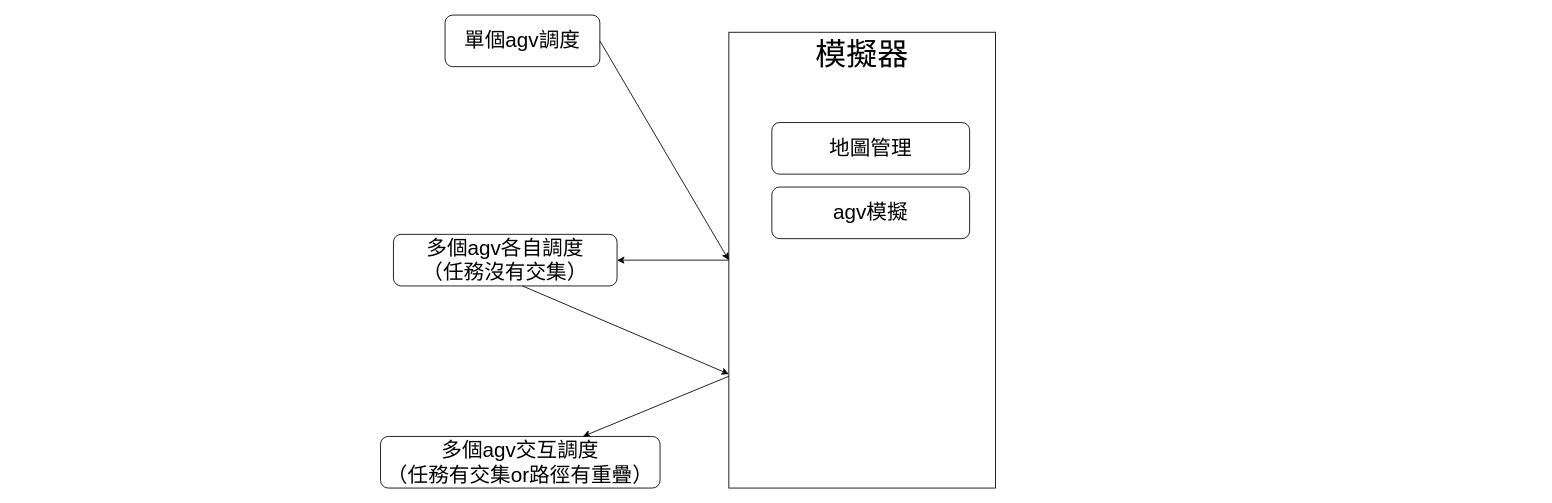
pengzhen80/code_library keeps this draw.io diagram as 調度系統設計.drawio. Above is the earlier version. Source tidied: cells renumbered, new cells numbered last; positions are measured from the earlier drawing's top-left corner, leaving out a move shared by most shapes. Both pictures are drawn from the tidied source at 86%, with x=0, y=0 at pixel (380, 15).
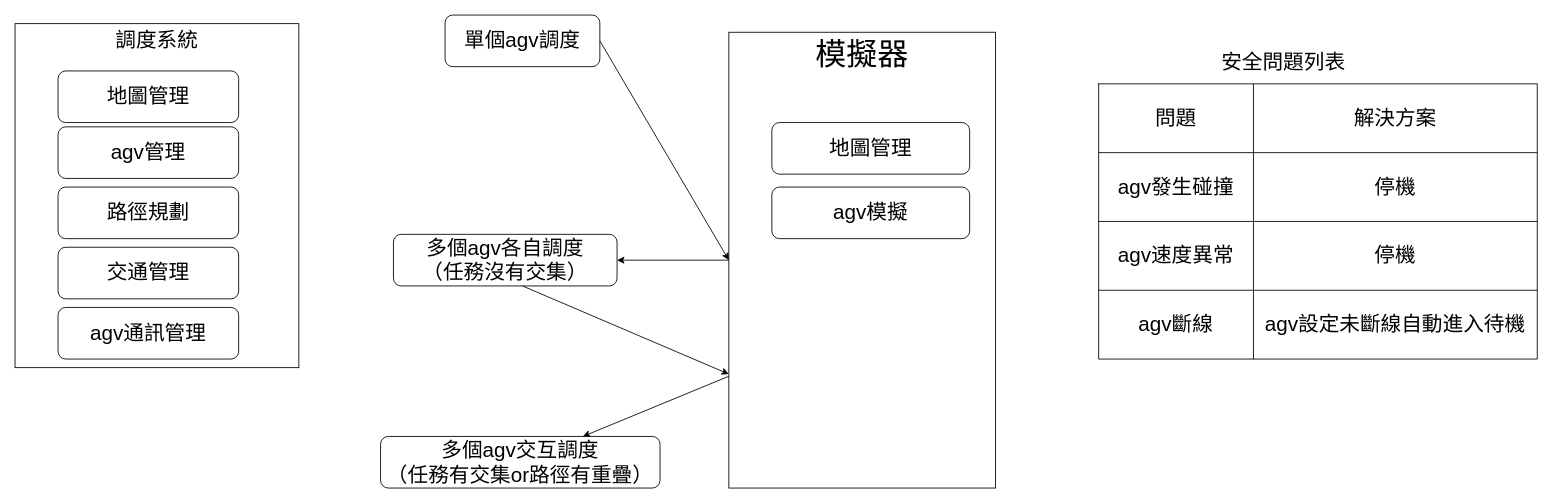
The same page after the edit.

Commit message (it also covers changes not shown here):
更新調度系統設計.drawio

Diff of the diagram source:
```diff
@@
+    <mxCell id="13" value="安全問題列表" style="text;html=1;strokeColor=none;fillColor=none;align=center;verticalAlign=middle;whiteSpace=wrap;rounded=0;fontSize=24;" parent="1" vertex="1">
+      <mxGeometry x="965" y="30" width="170" height="50" as="geometry" />
+    </mxCell>
+    <mxCell id="14" style="shape=table;startSize=0;childLayout=tableLayout;fontSize=24;" parent="1" vertex="1">
+      <mxGeometry x="835" y="80" width="510" height="320" as="geometry" />
+    </mxCell>
+    <mxCell id="15" style="shape=tableRow;horizontal=0;startSize=0;swimlaneHead=0;swimlaneBody=0;strokeColor=inherit;top=0;left=0;bottom=0;right=0;fillColor=none;fontSize=24;" parent="14" vertex="1">
+      <mxGeometry width="510" height="80" as="geometry" />
+    </mxCell>
+    <mxCell id="16" value="問題" style="shape=partialRectangle;html=1;whiteSpace=wrap;strokeColor=inherit;overflow=hidden;fillColor=none;top=0;left=0;bottom=0;right=0;fontSize=24;" parent="15" vertex="1">
+      <mxGeometry width="180" height="80" as="geometry" />
+    </mxCell>
+    <mxCell id="17" value="解決方案" style="shape=partialRectangle;html=1;whiteSpace=wrap;strokeColor=inherit;overflow=hidden;fillColor=none;top=0;left=0;bottom=0;right=0;fontSize=24;" parent="15" vertex="1">
+      <mxGeometry x="180" width="330" height="80" as="geometry" />
+    </mxCell>
+    <mxCell id="18" style="shape=tableRow;horizontal=0;startSize=0;swimlaneHead=0;swimlaneBody=0;strokeColor=inherit;top=0;left=0;bottom=0;right=0;fillColor=none;fontSize=24;" parent="14" vertex="1">
+      <mxGeometry y="80" width="510" height="80" as="geometry" />
+    </mxCell>
+    <mxCell id="19" value="agv發生碰撞" style="shape=partialRectangle;html=1;whiteSpace=wrap;strokeColor=inherit;overflow=hidden;fillColor=none;top=0;left=0;bottom=0;right=0;fontSize=24;" parent="18" vertex="1">
+      <mxGeometry width="180" height="80" as="geometry" />
+    </mxCell>
+    <mxCell id="20" value="停機" style="shape=partialRectangle;html=1;whiteSpace=wrap;strokeColor=inherit;overflow=hidden;fillColor=none;top=0;left=0;bottom=0;right=0;fontSize=24;" parent="18" vertex="1">
+      <mxGeometry x="180" width="330" height="80" as="geometry" />
+    </mxCell>
+    <mxCell id="21" style="shape=tableRow;horizontal=0;startSize=0;swimlaneHead=0;swimlaneBody=0;strokeColor=inherit;top=0;left=0;bottom=0;right=0;fillColor=none;fontSize=24;" parent="14" vertex="1">
+      <mxGeometry y="160" width="510" height="80" as="geometry" />
+    </mxCell>
+    <mxCell id="22" value="agv速度異常" style="shape=partialRectangle;html=1;whiteSpace=wrap;strokeColor=inherit;overflow=hidden;fillColor=none;top=0;left=0;bottom=0;right=0;fontSize=24;" parent="21" vertex="1">
+      <mxGeometry width="180" height="80" as="geometry" />
+    </mxCell>
+    <mxCell id="23" value="停機" style="shape=partialRectangle;html=1;whiteSpace=wrap;strokeColor=inherit;overflow=hidden;fillColor=none;top=0;left=0;bottom=0;right=0;fontSize=24;" parent="21" vertex="1">
+      <mxGeometry x="180" width="330" height="80" as="geometry" />
+    </mxCell>
+    <mxCell id="24" style="shape=tableRow;horizontal=0;startSize=0;swimlaneHead=0;swimlaneBody=0;strokeColor=inherit;top=0;left=0;bottom=0;right=0;fillColor=none;fontSize=24;" parent="14" vertex="1">
+      <mxGeometry y="240" width="510" height="80" as="geometry" />
+    </mxCell>
+    <mxCell id="25" value="agv斷線" style="shape=partialRectangle;html=1;whiteSpace=wrap;strokeColor=inherit;overflow=hidden;fillColor=none;top=0;left=0;bottom=0;right=0;fontSize=24;" parent="24" vertex="1">
+      <mxGeometry width="180" height="80" as="geometry" />
+    </mxCell>
+    <mxCell id="26" value="agv設定未斷線自動進入待機" style="shape=partialRectangle;html=1;whiteSpace=wrap;strokeColor=inherit;overflow=hidden;fillColor=none;top=0;left=0;bottom=0;right=0;fontSize=24;" parent="24" vertex="1">
+      <mxGeometry x="180" width="330" height="80" as="geometry" />
+    </mxCell>
+    <mxCell id="27" style="rounded=0;whiteSpace=wrap;html=1;fontSize=24;" parent="1" vertex="1">
+      <mxGeometry x="-425" y="10" width="330" height="400" as="geometry" />
+    </mxCell>
+    <mxCell id="28" value="調度系統" style="text;html=1;strokeColor=none;fillColor=none;align=center;verticalAlign=middle;whiteSpace=wrap;rounded=0;fontSize=24;" parent="1" vertex="1">
+      <mxGeometry x="-325" y="15" width="130" height="30" as="geometry" />
+    </mxCell>
+    <mxCell id="29" value="路徑規劃" style="rounded=1;whiteSpace=wrap;html=1;fontSize=24;" parent="1" vertex="1">
+      <mxGeometry x="-375" y="200" width="210" height="60" as="geometry" />
+    </mxCell>
+    <mxCell id="30" value="地圖管理" style="rounded=1;whiteSpace=wrap;html=1;fontSize=24;" parent="1" vertex="1">
+      <mxGeometry x="-375" y="65" width="210" height="60" as="geometry" />
+    </mxCell>
+    <mxCell id="31" value="agv管理" style="rounded=1;whiteSpace=wrap;html=1;fontSize=24;" parent="1" vertex="1">
+      <mxGeometry x="-375" y="130" width="210" height="60" as="geometry" />
+    </mxCell>
+    <mxCell id="32" value="交通管理" style="rounded=1;whiteSpace=wrap;html=1;fontSize=24;" parent="1" vertex="1">
+      <mxGeometry x="-375" y="270" width="210" height="60" as="geometry" />
+    </mxCell>
+    <mxCell id="33" value="agv通訊管理" style="rounded=1;whiteSpace=wrap;html=1;fontSize=24;" parent="1" vertex="1">
+      <mxGeometry x="-375" y="340" width="210" height="60" as="geometry" />
+    </mxCell>
```
